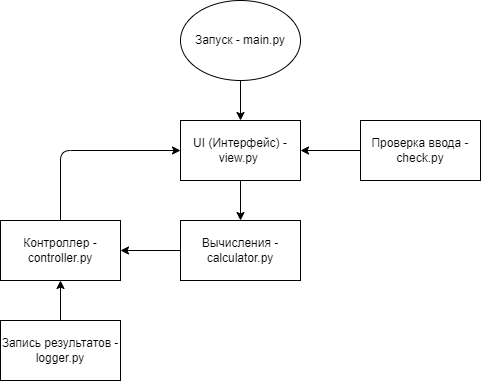
The draw.io diagram scheme.drawio.png in Alexey25ya/Calculator, before a commit. Source tidied: cells renumbered, new cells last; positions are measured from the earlier drawing's top-left corner, leaving out a move shared by most shapes.
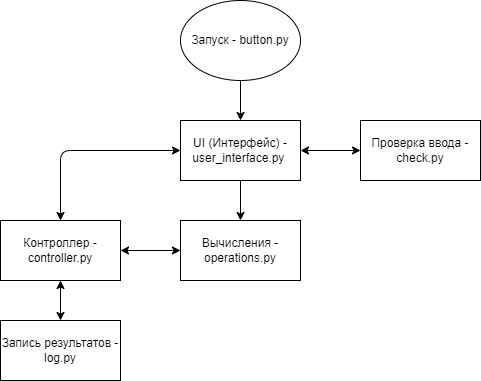
After the commit.

Commit message:
исправлена схема

Diff of the diagram source:
```diff
@@ -5,28 +5,28 @@
     <mxCell id="2" style="edgeStyle=none;html=1;" parent="1" edge="1" source="3" target="5">
       <mxGeometry relative="1" as="geometry" />
     </mxCell>
-    <mxCell id="3" value="Запуск - main.py" style="ellipse;whiteSpace=wrap;html=1;" parent="1" vertex="1">
+    <mxCell id="3" value="Запуск - button.py" style="ellipse;whiteSpace=wrap;html=1;" parent="1" vertex="1">
       <mxGeometry x="180" width="120" height="80" as="geometry" />
     </mxCell>
     <mxCell id="4" style="edgeStyle=none;html=1;exitX=0.5;exitY=1;exitDx=0;exitDy=0;entryX=0.5;entryY=0;entryDx=0;entryDy=0;" parent="1" edge="1" source="5" target="9">
       <mxGeometry relative="1" as="geometry" />
     </mxCell>
-    <mxCell id="5" value="UI (Интерфейс) - view.py&amp;nbsp;" style="rounded=0;whiteSpace=wrap;html=1;" parent="1" vertex="1">
+    <mxCell id="5" value="UI (Интерфейс) - user_interface.py&amp;nbsp;" style="rounded=0;whiteSpace=wrap;html=1;" parent="1" vertex="1">
       <mxGeometry x="180" y="120" width="120" height="60" as="geometry" />
     </mxCell>
-    <mxCell id="6" style="edgeStyle=none;html=1;" parent="1" edge="1" source="7" target="5">
+    <mxCell id="6" style="edgeStyle=none;html=1;startArrow=classic;startFill=1;" parent="1" edge="1" source="7" target="5">
       <mxGeometry relative="1" as="geometry" />
     </mxCell>
     <mxCell id="7" value="Проверка ввода - check.py" style="rounded=0;whiteSpace=wrap;html=1;" parent="1" vertex="1">
       <mxGeometry x="360" y="120" width="120" height="60" as="geometry" />
     </mxCell>
-    <mxCell id="8" style="edgeStyle=none;html=1;" parent="1" edge="1" source="9" target="11">
+    <mxCell id="8" style="edgeStyle=none;html=1;startArrow=classic;startFill=1;" parent="1" edge="1" source="9" target="11">
       <mxGeometry relative="1" as="geometry" />
     </mxCell>
-    <mxCell id="9" value="Вычисления - calculator.py" style="rounded=0;whiteSpace=wrap;html=1;" parent="1" vertex="1">
+    <mxCell id="9" value="Вычисления - operations.py" style="rounded=0;whiteSpace=wrap;html=1;" parent="1" vertex="1">
       <mxGeometry x="180" y="220" width="120" height="60" as="geometry" />
     </mxCell>
-    <mxCell id="10" style="edgeStyle=none;html=1;exitX=0.5;exitY=0;exitDx=0;exitDy=0;entryX=0;entryY=0.5;entryDx=0;entryDy=0;" parent="1" edge="1" source="11" target="5">
+    <mxCell id="10" style="edgeStyle=none;html=1;exitX=0.5;exitY=0;exitDx=0;exitDy=0;entryX=0;entryY=0.5;entryDx=0;entryDy=0;startArrow=classic;startFill=1;" parent="1" edge="1" source="11" target="5">
       <mxGeometry relative="1" as="geometry">
         <Array as="points">
           <mxPoint x="60" y="150" />
@@ -36,10 +36,10 @@
     <mxCell id="11" value="Контроллер - controller.py" style="rounded=0;whiteSpace=wrap;html=1;" parent="1" vertex="1">
       <mxGeometry y="220" width="120" height="60" as="geometry" />
     </mxCell>
-    <mxCell id="12" style="edgeStyle=none;html=1;" parent="1" edge="1" source="13" target="11">
+    <mxCell id="12" style="edgeStyle=none;html=1;startArrow=classic;startFill=1;" parent="1" edge="1" source="13" target="11">
       <mxGeometry relative="1" as="geometry" />
     </mxCell>
-    <mxCell id="13" value="Запись результатов - logger.py" style="rounded=0;whiteSpace=wrap;html=1;" parent="1" vertex="1">
+    <mxCell id="13" value="Запись результатов - log.py" style="rounded=0;whiteSpace=wrap;html=1;" parent="1" vertex="1">
       <mxGeometry y="320" width="120" height="60" as="geometry" />
     </mxCell>
   </root>
```
